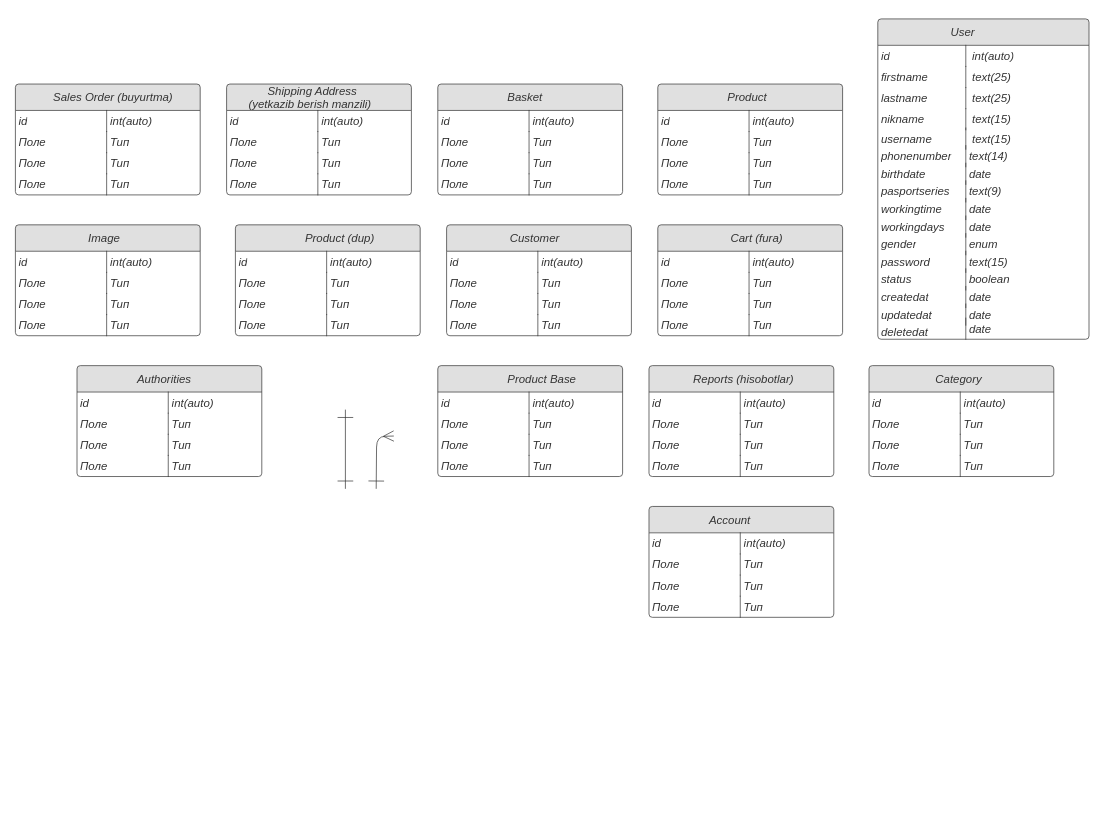
Asardor/Online-Shop keeps this draw.io diagram as src/main/java/com/company/onlineshop/exported_from_idea.drawio. Above is the earlier version. Source tidied: cells renumbered, new cells numbered last; positions are measured from the earlier drawing's top-left corner, leaving out a move shared by most shapes. Both pictures are drawn from the tidied source at 88%, with x=0, y=0 at pixel (15, 18).
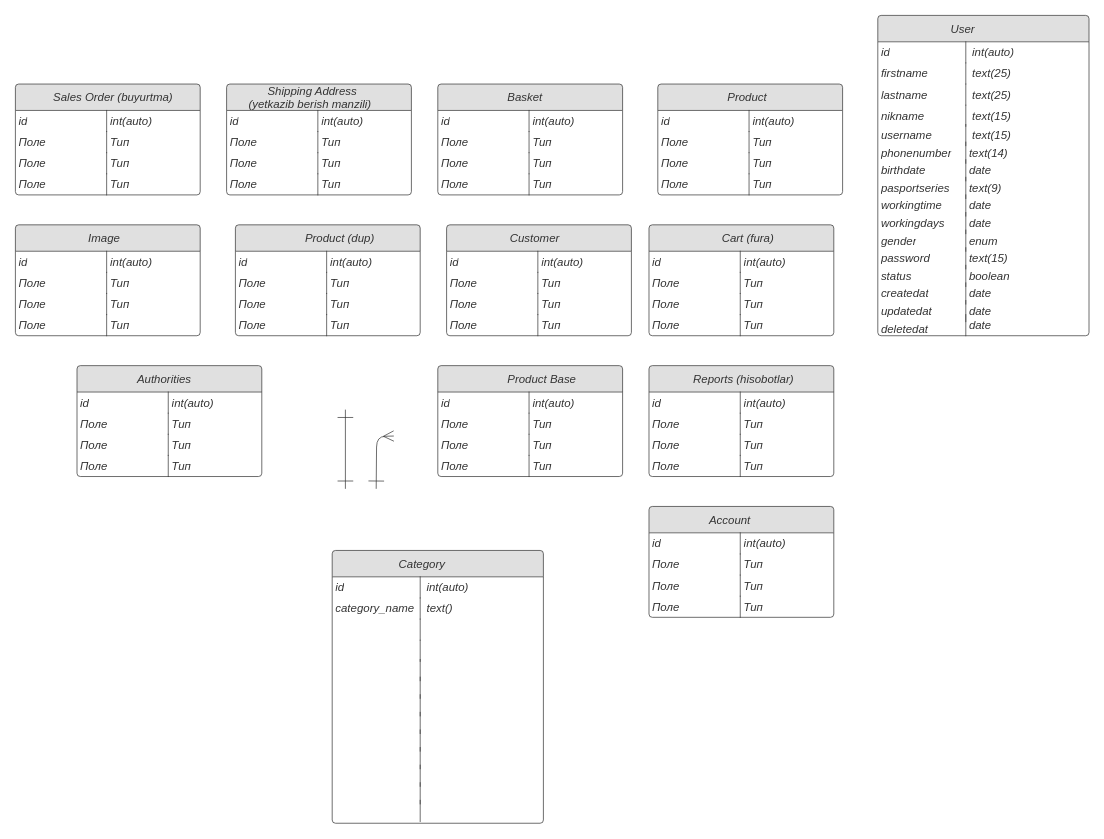
Above is the later version.

What changed in the source:
```diff
@@
     <mxCell id="30" value="&amp;nbsp; &amp;nbsp; &amp;nbsp; &amp;nbsp; &amp;nbsp; &amp;nbsp; &amp;nbsp; &amp;nbsp; &amp;nbsp; &amp;nbsp; &amp;nbsp; &amp;nbsp;User" style="html=1;overflow=block;blockSpacing=1;swimlane;swimlaneFillColor=#ffffff;startSize=30;whiteSpace=wrap;fontSize=13;fontColor=#333333;fontStyle=2;align=left;fillColor=#e0e0e0;spacing=0;strokeColor=#333333;strokeOpacity=100;fillOpacity=100;rounded=1;absoluteArcSize=1;arcSize=7.5;strokeWidth=0.8;" parent="1" vertex="1">
-      <mxGeometry x="980" width="240" height="364" as="geometry" />
+      <mxGeometry x="980" y="-4" width="240" height="364" as="geometry" />
     </mxCell>
@@
     <mxCell id="72" value="&amp;nbsp; &amp;nbsp; &amp;nbsp; &amp;nbsp; &amp;nbsp; &amp;nbsp; &amp;nbsp; &amp;nbsp; &amp;nbsp; &amp;nbsp; &amp;nbsp; &amp;nbsp;Cart (fura)" style="html=1;overflow=block;blockSpacing=1;swimlane;swimlaneFillColor=#ffffff;startSize=30;whiteSpace=wrap;fontSize=13;fontColor=#333333;fontStyle=2;align=left;fillColor=#e0e0e0;spacing=0;strokeColor=#333333;strokeOpacity=100;fillOpacity=100;rounded=1;absoluteArcSize=1;arcSize=7.5;strokeWidth=0.8;" parent="1" vertex="1">
-      <mxGeometry x="730" y="234" width="210" height="126" as="geometry" />
+      <mxGeometry x="720" y="234" width="210" height="126" as="geometry" />
     </mxCell>
@@
-    <mxCell id="110" value="&amp;nbsp; &amp;nbsp; &amp;nbsp; &amp;nbsp; &amp;nbsp; &amp;nbsp; &amp;nbsp; &amp;nbsp; &amp;nbsp; &amp;nbsp; &amp;nbsp;Category" style="html=1;overflow=block;blockSpacing=1;swimlane;swimlaneFillColor=#ffffff;startSize=30;whiteSpace=wrap;fontSize=13;fontColor=#333333;fontStyle=2;align=left;fillColor=#e0e0e0;spacing=0;strokeColor=#333333;strokeOpacity=100;fillOpacity=100;rounded=1;absoluteArcSize=1;arcSize=7.5;strokeWidth=0.8;" parent="1" vertex="1">
-      <mxGeometry x="970" y="394" width="210" height="126" as="geometry" />
-    </mxCell>
-    <mxCell id="111" value="id" style="strokeColor=none;align=left;verticalAlign=top;spacingLeft=4;spacingRight=4;overflow=hidden;swimlaneFillColor=#ffffff;whiteSpace=wrap;fontSize=13;fontColor=#333333;fontStyle=2;fillColor=none;strokeOpacity=100;fillOpacity=100;spacing=0;rounded=1;absoluteArcSize=1;arcSize=7.5;strokeWidth=0.8;" parent="110" vertex="1">
-      <mxGeometry y="30" width="103.7" height="24" as="geometry" />
-    </mxCell>
-    <mxCell id="112" value="int(auto)" style="shape=partialRectangle;top=0;right=0;bottom=0;align=left;verticalAlign=top;spacingLeft=4;spacingRight=4;overflow=hidden;swimlaneFillColor=#ffffff;whiteSpace=wrap;fontSize=13;fontColor=#333333;fontStyle=2;fillColor=none;strokeOpacity=100;fillOpacity=100;spacing=0;strokeColor=#333333;rounded=1;absoluteArcSize=1;arcSize=7.5;strokeWidth=0.8;" parent="110" vertex="1">
-      <mxGeometry x="103.7" y="30" width="106.3" height="24" as="geometry" />
-    </mxCell>
-    <mxCell id="113" value="Поле" style="strokeColor=none;align=left;verticalAlign=top;spacingLeft=4;spacingRight=4;overflow=hidden;swimlaneFillColor=#ffffff;whiteSpace=wrap;fontSize=13;fontColor=#333333;fontStyle=2;fillColor=none;strokeOpacity=100;fillOpacity=100;spacing=0;rounded=1;absoluteArcSize=1;arcSize=7.5;strokeWidth=0.8;" parent="110" vertex="1">
-      <mxGeometry y="54" width="103.7" height="24" as="geometry" />
-    </mxCell>
-    <mxCell id="114" value="Тип" style="shape=partialRectangle;top=0;right=0;bottom=0;align=left;verticalAlign=top;spacingLeft=4;spacingRight=4;overflow=hidden;swimlaneFillColor=#ffffff;whiteSpace=wrap;fontSize=13;fontColor=#333333;fontStyle=2;fillColor=none;strokeOpacity=100;fillOpacity=100;spacing=0;strokeColor=#333333;rounded=1;absoluteArcSize=1;arcSize=7.5;strokeWidth=0.8;" parent="110" vertex="1">
-      <mxGeometry x="103.7" y="54" width="106.3" height="24" as="geometry" />
-    </mxCell>
-    <mxCell id="115" value="Поле" style="strokeColor=none;align=left;verticalAlign=top;spacingLeft=4;spacingRight=4;overflow=hidden;swimlaneFillColor=#ffffff;whiteSpace=wrap;fontSize=13;fontColor=#333333;fontStyle=2;fillColor=none;strokeOpacity=100;fillOpacity=100;spacing=0;rounded=1;absoluteArcSize=1;arcSize=7.5;strokeWidth=0.8;" parent="110" vertex="1">
-      <mxGeometry y="78" width="103.7" height="24" as="geometry" />
-    </mxCell>
-    <mxCell id="116" value="Тип" style="shape=partialRectangle;top=0;right=0;bottom=0;align=left;verticalAlign=top;spacingLeft=4;spacingRight=4;overflow=hidden;swimlaneFillColor=#ffffff;whiteSpace=wrap;fontSize=13;fontColor=#333333;fontStyle=2;fillColor=none;strokeOpacity=100;fillOpacity=100;spacing=0;strokeColor=#333333;rounded=1;absoluteArcSize=1;arcSize=7.5;strokeWidth=0.8;" parent="110" vertex="1">
-      <mxGeometry x="103.7" y="78" width="106.3" height="24" as="geometry" />
-    </mxCell>
-    <mxCell id="117" value="Поле" style="strokeColor=none;align=left;verticalAlign=top;spacingLeft=4;spacingRight=4;overflow=hidden;swimlaneFillColor=#ffffff;whiteSpace=wrap;fontSize=13;fontColor=#333333;fontStyle=2;fillColor=none;strokeOpacity=100;fillOpacity=100;spacing=0;rounded=1;absoluteArcSize=1;arcSize=7.5;strokeWidth=0.8;" parent="110" vertex="1">
-      <mxGeometry y="102" width="103.7" height="24" as="geometry" />
-    </mxCell>
-    <mxCell id="118" value="Тип" style="shape=partialRectangle;top=0;right=0;bottom=0;align=left;verticalAlign=top;spacingLeft=4;spacingRight=4;overflow=hidden;swimlaneFillColor=#ffffff;whiteSpace=wrap;fontSize=13;fontColor=#333333;fontStyle=2;fillColor=none;strokeOpacity=100;fillOpacity=100;spacing=0;strokeColor=#333333;rounded=1;absoluteArcSize=1;arcSize=7.5;strokeWidth=0.8;" parent="110" vertex="1">
-      <mxGeometry x="103.7" y="102" width="106.3" height="24" as="geometry" />
-    </mxCell>
@@
+    <mxCell id="110" value="&amp;nbsp; &amp;nbsp; &amp;nbsp; &amp;nbsp; &amp;nbsp; &amp;nbsp; &amp;nbsp; &amp;nbsp; &amp;nbsp; &amp;nbsp; &amp;nbsp;Category" style="html=1;overflow=block;blockSpacing=1;swimlane;swimlaneFillColor=#ffffff;startSize=30;whiteSpace=wrap;fontSize=13;fontColor=#333333;fontStyle=2;align=left;fillColor=#e0e0e0;spacing=0;strokeColor=#333333;strokeOpacity=100;fillOpacity=100;rounded=1;absoluteArcSize=1;arcSize=7.5;strokeWidth=0.8;" parent="1" vertex="1">
+      <mxGeometry x="360" y="604" width="240" height="310" as="geometry" />
+    </mxCell>
+    <mxCell id="111" value="id" style="strokeColor=none;align=left;verticalAlign=top;spacingLeft=4;spacingRight=4;overflow=hidden;swimlaneFillColor=#ffffff;whiteSpace=wrap;fontSize=13;fontColor=#333333;fontStyle=2;fillColor=none;strokeOpacity=100;fillOpacity=100;spacing=0;rounded=1;absoluteArcSize=1;arcSize=7.5;strokeWidth=0.8;" parent="110" vertex="1">
+      <mxGeometry y="30" width="103.7" height="24" as="geometry" />
+    </mxCell>
+    <mxCell id="112" value=" int(auto)" style="shape=partialRectangle;top=0;right=0;bottom=0;align=left;verticalAlign=top;spacingLeft=4;spacingRight=4;overflow=hidden;swimlaneFillColor=#ffffff;whiteSpace=wrap;fontSize=13;fontColor=#333333;fontStyle=2;fillColor=none;strokeOpacity=100;fillOpacity=100;spacing=0;strokeColor=#333333;rounded=1;absoluteArcSize=1;arcSize=7.5;strokeWidth=0.8;" parent="110" vertex="1">
+      <mxGeometry x="100" y="30" width="110" height="24" as="geometry" />
+    </mxCell>
+    <mxCell id="156" value="category_name" style="strokeColor=none;align=left;verticalAlign=top;spacingLeft=4;spacingRight=4;overflow=hidden;swimlaneFillColor=#ffffff;whiteSpace=wrap;fontSize=13;fontColor=#333333;fontStyle=2;fillColor=none;strokeOpacity=100;fillOpacity=100;spacing=0;rounded=1;absoluteArcSize=1;arcSize=7.5;strokeWidth=0.8;" parent="110" vertex="1">
+      <mxGeometry y="54" width="103.7" height="24" as="geometry" />
+    </mxCell>
+    <mxCell id="157" value=" text()" style="shape=partialRectangle;top=0;right=0;bottom=0;align=left;verticalAlign=top;spacingLeft=4;spacingRight=4;overflow=hidden;swimlaneFillColor=#ffffff;whiteSpace=wrap;fontSize=13;fontColor=#333333;fontStyle=2;fillColor=none;strokeOpacity=100;fillOpacity=100;spacing=0;strokeColor=#333333;rounded=1;absoluteArcSize=1;arcSize=7.5;strokeWidth=0.8;" parent="110" vertex="1">
+      <mxGeometry x="100" y="54" width="110" height="24" as="geometry" />
+    </mxCell>
+    <mxCell id="158" style="shape=partialRectangle;top=0;right=0;bottom=0;align=left;verticalAlign=top;spacingLeft=4;spacingRight=4;overflow=hidden;swimlaneFillColor=#ffffff;whiteSpace=wrap;fontSize=13;fontColor=#333333;fontStyle=2;fillColor=none;strokeOpacity=100;fillOpacity=100;spacing=0;strokeColor=#333333;rounded=1;absoluteArcSize=1;arcSize=7.5;strokeWidth=0.8;" parent="110" vertex="1">
+      <mxGeometry x="100" y="78" width="110" height="24" as="geometry" />
+    </mxCell>
+    <mxCell id="159" style="shape=partialRectangle;top=0;right=0;bottom=0;align=left;verticalAlign=top;spacingLeft=4;spacingRight=4;overflow=hidden;swimlaneFillColor=#ffffff;whiteSpace=wrap;fontSize=13;fontColor=#333333;fontStyle=2;fillColor=none;strokeOpacity=100;fillOpacity=100;spacing=0;strokeColor=#333333;rounded=1;absoluteArcSize=1;arcSize=7.5;strokeWidth=0.8;" parent="110" vertex="1">
+      <mxGeometry x="100" y="102" width="110" height="24" as="geometry" />
+    </mxCell>
+    <mxCell id="160" style="shape=partialRectangle;top=0;right=0;bottom=0;align=left;verticalAlign=top;spacingLeft=4;spacingRight=4;overflow=hidden;swimlaneFillColor=#ffffff;whiteSpace=wrap;fontSize=13;fontColor=#333333;fontStyle=2;fillColor=none;strokeOpacity=100;fillOpacity=100;spacing=0;strokeColor=#333333;rounded=1;absoluteArcSize=1;arcSize=7.5;strokeWidth=0.8;" parent="110" vertex="1">
+      <mxGeometry x="100" y="124" width="106.3" height="24" as="geometry" />
+    </mxCell>
+    <mxCell id="161" style="shape=partialRectangle;top=0;right=0;bottom=0;align=left;verticalAlign=top;spacingLeft=4;spacingRight=4;overflow=hidden;swimlaneFillColor=#ffffff;whiteSpace=wrap;fontSize=13;fontColor=#333333;fontStyle=2;fillColor=none;strokeOpacity=100;fillOpacity=100;spacing=0;strokeColor=#333333;rounded=1;absoluteArcSize=1;arcSize=7.5;strokeWidth=0.8;" parent="110" vertex="1">
+      <mxGeometry x="100" y="144" width="106.3" height="24" as="geometry" />
+    </mxCell>
+    <mxCell id="162" style="shape=partialRectangle;top=0;right=0;bottom=0;align=left;verticalAlign=top;spacingLeft=4;spacingRight=4;overflow=hidden;swimlaneFillColor=#ffffff;whiteSpace=wrap;fontSize=13;fontColor=#333333;fontStyle=2;fillColor=none;strokeOpacity=100;fillOpacity=100;spacing=0;strokeColor=#333333;rounded=1;absoluteArcSize=1;arcSize=7.5;strokeWidth=0.8;" parent="110" vertex="1">
+      <mxGeometry x="100" y="164" width="106.3" height="24" as="geometry" />
+    </mxCell>
+    <mxCell id="163" style="shape=partialRectangle;top=0;right=0;bottom=0;align=left;verticalAlign=top;spacingLeft=4;spacingRight=4;overflow=hidden;swimlaneFillColor=#ffffff;whiteSpace=wrap;fontSize=13;fontColor=#333333;fontStyle=2;fillColor=none;strokeOpacity=100;fillOpacity=100;spacing=0;strokeColor=#333333;rounded=1;absoluteArcSize=1;arcSize=7.5;strokeWidth=0.8;" parent="110" vertex="1">
+      <mxGeometry x="100" y="184" width="106.3" height="24" as="geometry" />
+    </mxCell>
+    <mxCell id="164" style="shape=partialRectangle;top=0;right=0;bottom=0;align=left;verticalAlign=top;spacingLeft=4;spacingRight=4;overflow=hidden;swimlaneFillColor=#ffffff;whiteSpace=wrap;fontSize=13;fontColor=#333333;fontStyle=2;fillColor=none;strokeOpacity=100;fillOpacity=100;spacing=0;strokeColor=#333333;rounded=1;absoluteArcSize=1;arcSize=7.5;strokeWidth=0.8;" parent="110" vertex="1">
+      <mxGeometry x="100" y="204" width="106.3" height="24" as="geometry" />
+    </mxCell>
+    <mxCell id="165" style="shape=partialRectangle;top=0;right=0;bottom=0;align=left;verticalAlign=top;spacingLeft=4;spacingRight=4;overflow=hidden;swimlaneFillColor=#ffffff;whiteSpace=wrap;fontSize=13;fontColor=#333333;fontStyle=2;fillColor=none;strokeOpacity=100;fillOpacity=100;spacing=0;strokeColor=#333333;rounded=1;absoluteArcSize=1;arcSize=7.5;strokeWidth=0.8;" parent="110" vertex="1">
+      <mxGeometry x="100" y="224" width="106.3" height="24" as="geometry" />
+    </mxCell>
+    <mxCell id="166" style="shape=partialRectangle;top=0;right=0;bottom=0;align=left;verticalAlign=top;spacingLeft=4;spacingRight=4;overflow=hidden;swimlaneFillColor=#ffffff;whiteSpace=wrap;fontSize=13;fontColor=#333333;fontStyle=2;fillColor=none;strokeOpacity=100;fillOpacity=100;spacing=0;strokeColor=#333333;rounded=1;absoluteArcSize=1;arcSize=7.5;strokeWidth=0.8;" parent="110" vertex="1">
+      <mxGeometry x="100" y="244" width="106.3" height="24" as="geometry" />
+    </mxCell>
+    <mxCell id="167" style="shape=partialRectangle;top=0;right=0;bottom=0;align=left;verticalAlign=top;spacingLeft=4;spacingRight=4;overflow=hidden;swimlaneFillColor=#ffffff;whiteSpace=wrap;fontSize=13;fontColor=#333333;fontStyle=2;fillColor=none;strokeOpacity=100;fillOpacity=100;spacing=0;strokeColor=#333333;rounded=1;absoluteArcSize=1;arcSize=7.5;strokeWidth=0.8;" parent="110" vertex="1">
+      <mxGeometry x="100" y="264" width="106.3" height="24" as="geometry" />
+    </mxCell>
+    <mxCell id="168" style="shape=partialRectangle;top=0;right=0;bottom=0;align=left;verticalAlign=top;spacingLeft=4;spacingRight=4;overflow=hidden;swimlaneFillColor=#ffffff;whiteSpace=wrap;fontSize=13;fontColor=#333333;fontStyle=2;fillColor=none;strokeOpacity=100;fillOpacity=100;spacing=0;strokeColor=#333333;rounded=1;absoluteArcSize=1;arcSize=7.5;strokeWidth=0.8;" parent="110" vertex="1">
+      <mxGeometry x="100" y="284" width="106.3" height="24" as="geometry" />
+    </mxCell>
```
